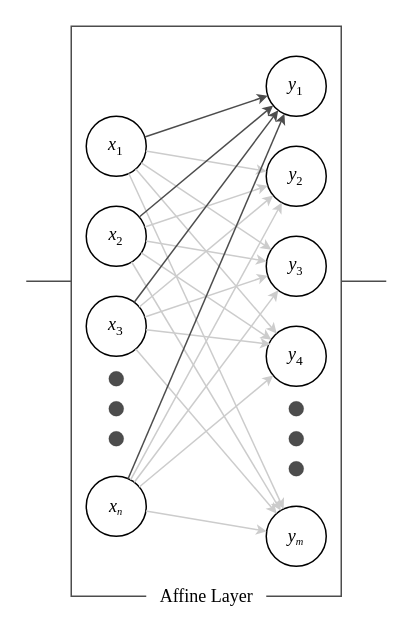
The draw.io diagram affine.drawio in dragoon8192/LaundryTag, before the edit. Source tidied: cells renumbered, new cells numbered last; positions are measured from the earlier drawing's top-left corner, leaving out a move shared by most shapes. Both pictures are drawn from the tidied source at 150%, with x=0, y=0 at pixel (26, 26).
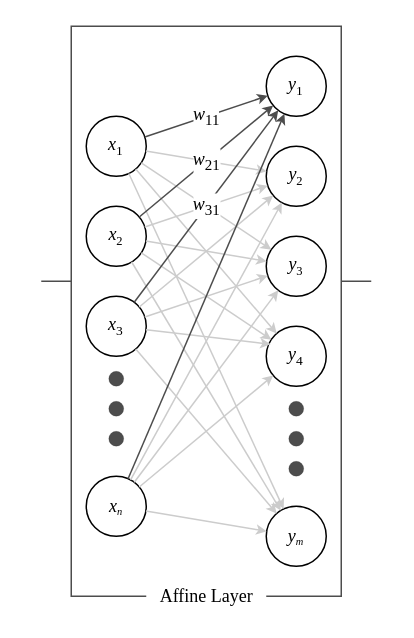
Above is the later version.

Unchanged cells that the change refers to:
```xml
<mxCell id="5" value="&lt;font size=&quot;1&quot; face=&quot;Times New Roman&quot;&gt;&lt;i style=&quot;font-size: 12px;&quot;&gt;x&lt;/i&gt;&lt;/font&gt;&lt;font size=&quot;1&quot; face=&quot;Times New Roman&quot; style=&quot;&quot;&gt;&lt;sub style=&quot;font-size: 9px;&quot;&gt;1&lt;/sub&gt;&lt;/font&gt;" style="ellipse;whiteSpace=wrap;html=1;" parent="1" vertex="1">
  <mxGeometry x="40" y="60" width="40" height="40" as="geometry" />
</mxCell>
<mxCell id="6" value="&lt;font size=&quot;1&quot; face=&quot;Times New Roman&quot;&gt;&lt;i style=&quot;font-size: 12px;&quot;&gt;x&lt;/i&gt;&lt;/font&gt;&lt;font face=&quot;Times New Roman&quot; style=&quot;font-size: 10px;&quot;&gt;&lt;sub&gt;2&lt;/sub&gt;&lt;/font&gt;" style="ellipse;whiteSpace=wrap;html=1;" parent="1" vertex="1">
  <mxGeometry x="40" y="120" width="40" height="40" as="geometry" />
</mxCell>
<mxCell id="7" value="&lt;font size=&quot;1&quot; face=&quot;Times New Roman&quot;&gt;&lt;i style=&quot;font-size: 12px;&quot;&gt;x&lt;/i&gt;&lt;/font&gt;&lt;font size=&quot;1&quot; face=&quot;Times New Roman&quot; style=&quot;&quot;&gt;&lt;sub style=&quot;font-size: 9px;&quot;&gt;3&lt;/sub&gt;&lt;/font&gt;" style="ellipse;whiteSpace=wrap;html=1;" parent="1" vertex="1">
  <mxGeometry x="40" y="180" width="40" height="40" as="geometry" />
</mxCell>
<mxCell id="9" value="&lt;font face=&quot;Times New Roman&quot; style=&quot;&quot;&gt;&lt;span style=&quot;font-size: 12px;&quot;&gt;&lt;i style=&quot;&quot;&gt;y&lt;/i&gt;&lt;/span&gt;&lt;sub style=&quot;font-size: 9px;&quot;&gt;1&lt;/sub&gt;&lt;/font&gt;" style="ellipse;whiteSpace=wrap;html=1;" parent="1" vertex="1">
  <mxGeometry x="160" y="20" width="40" height="40" as="geometry" />
</mxCell>
```

The edit, as a diff of the source:
```diff
@@
-    <mxCell id="22" style="endArrow=classic;html=1;rounded=0;labelBackgroundColor=default;sketch=0;strokeColor=#4D4D4D;strokeWidth=1;fontFamily=Times New Roman;fontSize=12;fontColor=default;startSize=4;endSize=4;sourcePerimeterSpacing=0;targetPerimeterSpacing=0;shape=connector;jumpStyle=none;jumpSize=4;" parent="1" edge="1" source="5" target="9">
+    <mxCell id="22" value="&lt;i&gt;w&lt;/i&gt;&lt;sub&gt;11&lt;/sub&gt;" style="endArrow=classic;html=1;rounded=0;labelBackgroundColor=default;sketch=0;strokeColor=#4D4D4D;strokeWidth=1;fontFamily=Times New Roman;fontSize=12;fontColor=default;startSize=4;endSize=4;sourcePerimeterSpacing=0;targetPerimeterSpacing=0;shape=connector;jumpStyle=none;jumpSize=4;" parent="1" edge="1" source="5" target="9">
       <mxGeometry relative="1" as="geometry" />
     </mxCell>
@@
-    <mxCell id="29" style="endArrow=classic;html=1;rounded=0;labelBackgroundColor=default;sketch=0;strokeColor=#4D4D4D;strokeWidth=1;fontFamily=Times New Roman;fontSize=12;fontColor=default;startSize=4;endSize=4;sourcePerimeterSpacing=0;targetPerimeterSpacing=0;shape=connector;jumpStyle=none;jumpSize=4;" parent="1" edge="1" source="6" target="9">
-      <mxGeometry relative="1" as="geometry" />
-    </mxCell>
@@
-    <mxCell id="33" style="endArrow=classic;html=1;rounded=0;labelBackgroundColor=default;sketch=0;strokeColor=#4D4D4D;strokeWidth=1;fontFamily=Times New Roman;fontSize=12;fontColor=default;startSize=4;endSize=4;sourcePerimeterSpacing=0;targetPerimeterSpacing=0;shape=connector;jumpStyle=none;jumpSize=4;" parent="1" edge="1" source="7" target="9">
-      <mxGeometry relative="1" as="geometry" />
-    </mxCell>
@@
     <mxCell id="42" style="endArrow=none;html=1;rounded=0;labelBackgroundColor=default;sketch=0;strokeColor=#4D4D4D;strokeWidth=1;fontFamily=Times New Roman;fontSize=12;fontColor=default;startSize=4;endSize=4;sourcePerimeterSpacing=0;targetPerimeterSpacing=0;shape=connector;jumpStyle=none;jumpSize=4;" parent="1" edge="1">
       <mxGeometry relative="1" as="geometry">
-        <mxPoint y="170" as="sourcePoint" />
+        <mxPoint x="10" y="170" as="sourcePoint" />
         <mxPoint x="30" y="170" as="targetPoint" />
       </mxGeometry>
     </mxCell>
     <mxCell id="43" style="endArrow=none;html=1;rounded=0;labelBackgroundColor=default;sketch=0;strokeColor=#4D4D4D;strokeWidth=1;fontFamily=Times New Roman;fontSize=12;fontColor=default;startSize=4;endSize=4;sourcePerimeterSpacing=0;targetPerimeterSpacing=0;shape=connector;jumpStyle=none;jumpSize=4;" parent="1" edge="1">
       <mxGeometry relative="1" as="geometry">
         <mxPoint x="210" y="170" as="sourcePoint" />
-        <mxPoint x="240" y="170" as="targetPoint" />
+        <mxPoint x="230" y="170" as="targetPoint" />
       </mxGeometry>
     </mxCell>
+    <mxCell id="29" value="&lt;i&gt;w&lt;/i&gt;&lt;sub&gt;21&lt;/sub&gt;" style="endArrow=classic;html=1;rounded=0;labelBackgroundColor=default;sketch=0;strokeColor=#4D4D4D;strokeWidth=1;fontFamily=Times New Roman;fontSize=12;fontColor=default;startSize=4;endSize=4;sourcePerimeterSpacing=0;targetPerimeterSpacing=0;shape=connector;jumpStyle=none;jumpSize=4;" parent="1" edge="1" source="6" target="9">
+      <mxGeometry relative="1" as="geometry" />
+    </mxCell>
+    <mxCell id="33" value="&lt;i&gt;w&lt;/i&gt;&lt;sub&gt;31&lt;/sub&gt;" style="endArrow=classic;html=1;rounded=0;labelBackgroundColor=default;sketch=0;strokeColor=#4D4D4D;strokeWidth=1;fontFamily=Times New Roman;fontSize=12;fontColor=default;startSize=4;endSize=4;sourcePerimeterSpacing=0;targetPerimeterSpacing=0;shape=connector;jumpStyle=none;jumpSize=4;" parent="1" edge="1" source="7" target="9">
+      <mxGeometry relative="1" as="geometry" />
+    </mxCell>
```
